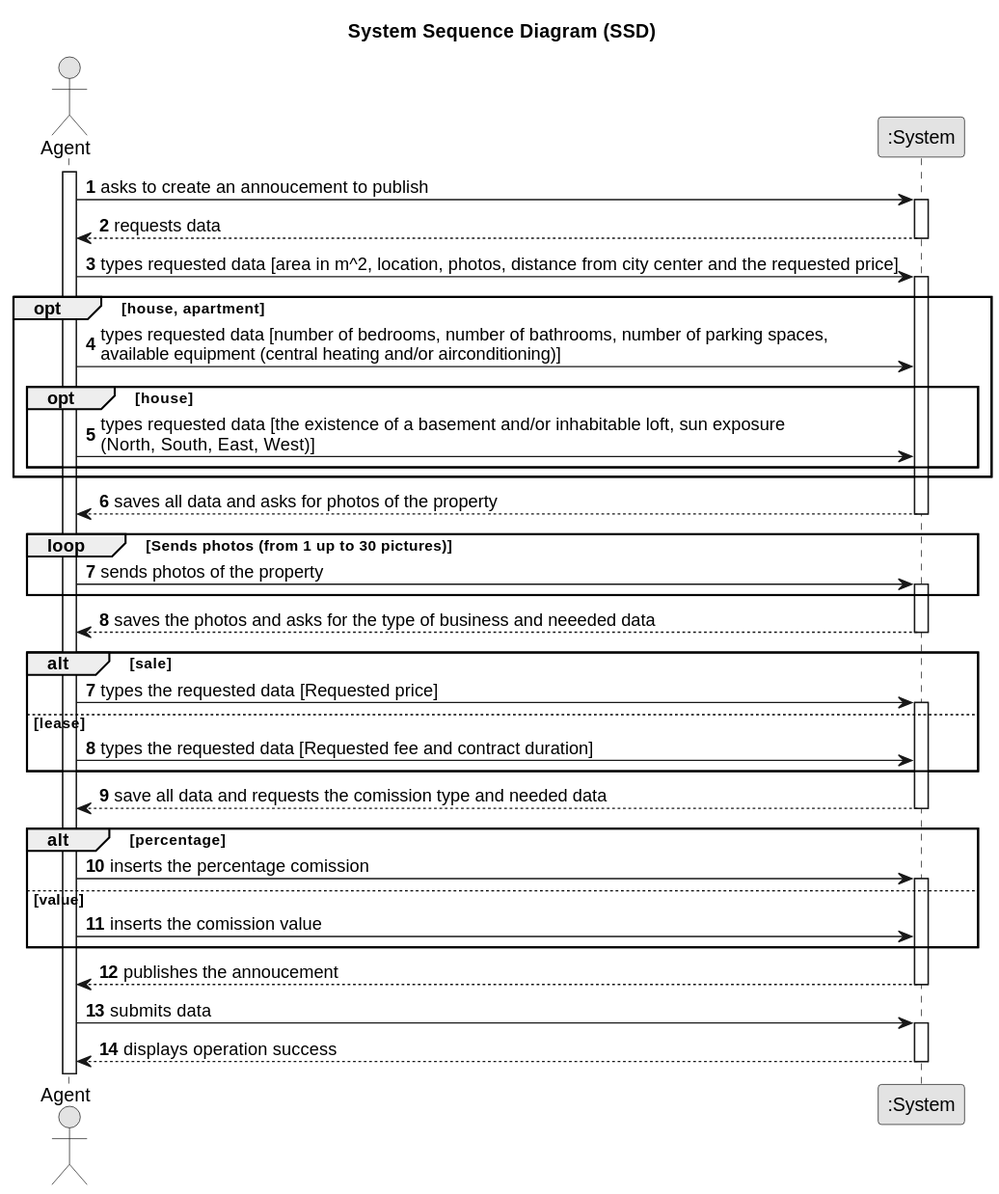
Above: docs/sprintB/US02/01.requirements-engineering/svg/us02-system-sequence-diagram-System_Sequence_Diagram__SSD____US002.svg in PureNimble/ISEP-LAPR2 (PlantUML), before the change.
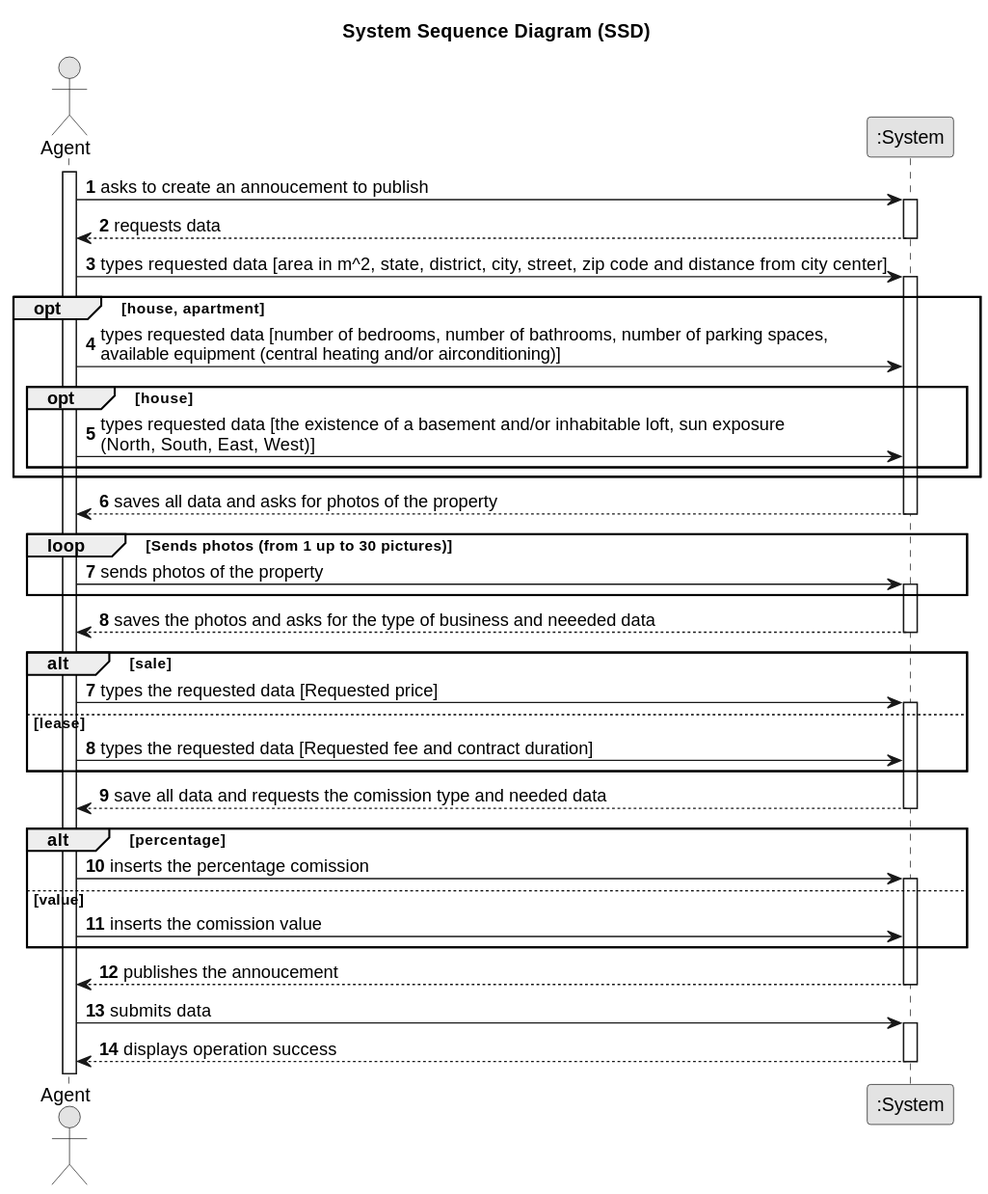
Above is the later version.

Commit message:
Updated Class Diagram, Domain Model and system sequence diagram

Change to the diagram source:
```diff
@@ -17,7 +17,7 @@
     System --> Agent : requests data
         deactivate System
 
-    Agent -> System : types requested data [area in m^2, location, photos, distance from city center and the requested price]
+    Agent -> System : types requested data [area in m^2, state, district, city, street, zip code and distance from city center]
         activate System
 
     opt house, apartment
```
